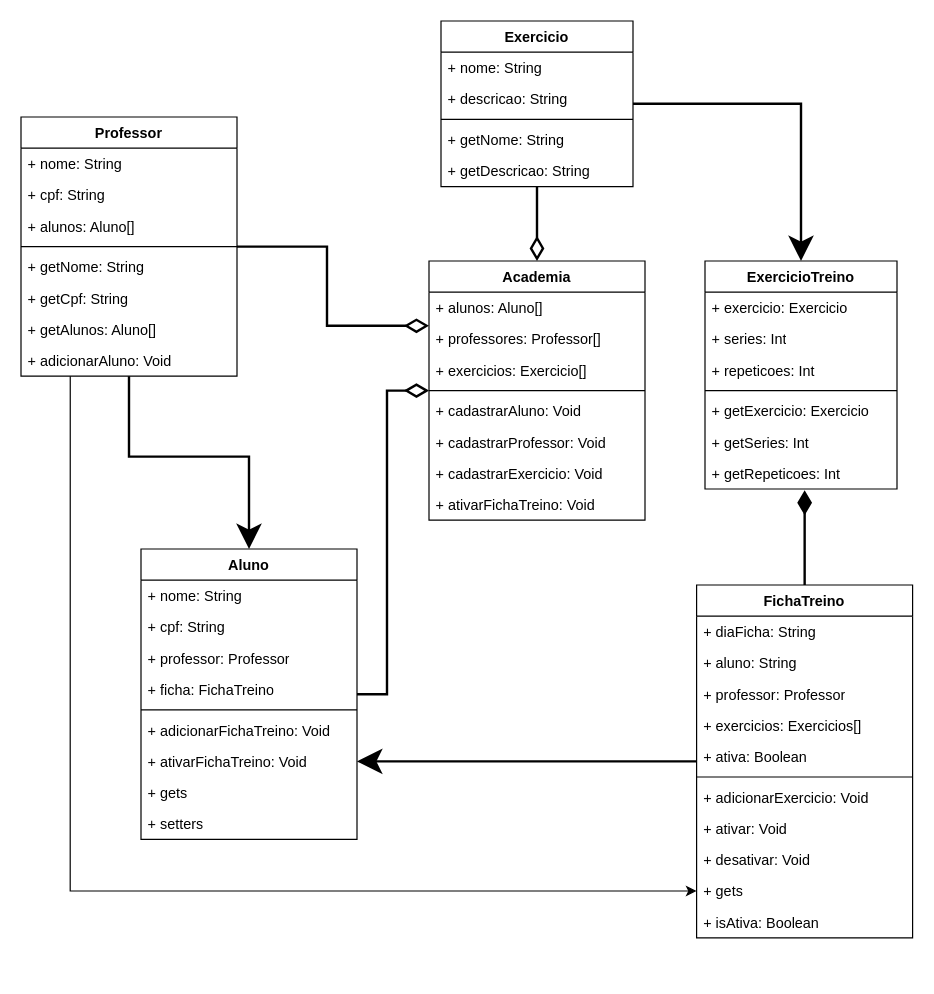
Vitorac13/sistemaAcademia keeps this draw.io diagram as UML_SistemaGestaoAcademia.drawio.xml. Above is the earlier version. Source tidied: cells renumbered, new cells numbered last; positions are measured from the earlier drawing's top-left corner, leaving out a move shared by most shapes. Both pictures are drawn from the tidied source at 120%, with x=0, y=0 at pixel (20, 20).
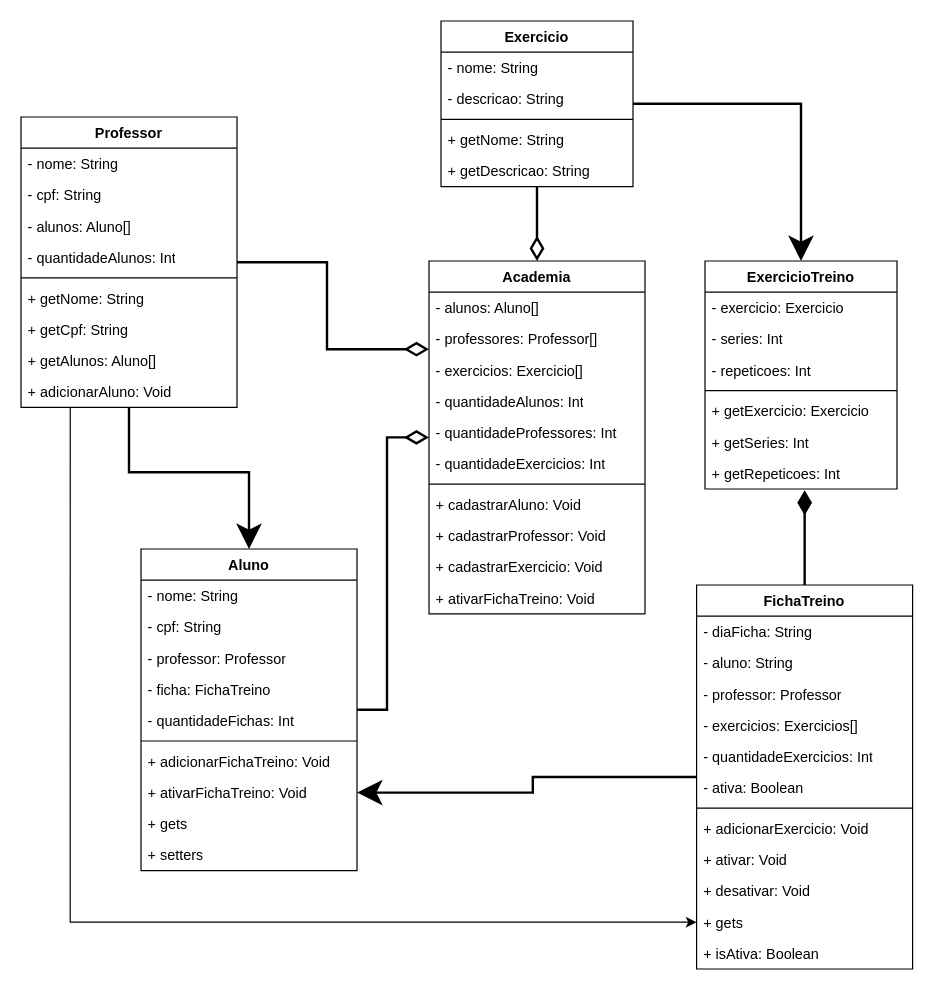
Above is the later version.

Commit message (it also covers changes not shown here):
Diagrama DER Atualizado

The change refers to these unchanged cells:
```xml
<mxCell id="15" value="Exercicio" style="swimlane;fontStyle=1;align=center;verticalAlign=top;horizontal=1;startSize=26;whiteSpace=wrap;html=1;" parent="1" vertex="1">
  <mxGeometry x="350" width="160" height="138" as="geometry" />
</mxCell>
<mxCell id="33" value="ExercicioTreino" style="swimlane;fontStyle=1;align=center;verticalAlign=top;horizontal=1;startSize=26;whiteSpace=wrap;html=1;" parent="1" vertex="1">
  <mxGeometry x="570" y="200" width="160" height="190" as="geometry" />
</mxCell>
```

The edit, as a diff of the source:
```diff
@@
     <mxCell id="3" value="Aluno" style="swimlane;fontStyle=1;align=center;verticalAlign=top;horizontal=1;startSize=26;whiteSpace=wrap;html=1;" parent="1" vertex="1">
-      <mxGeometry x="100" y="440" width="180" height="242" as="geometry" />
+      <mxGeometry x="100" y="440" width="180" height="268" as="geometry" />
     </mxCell>
-    <mxCell id="4" value="+ nome: String" style="text;strokeColor=none;fillColor=none;align=left;verticalAlign=top;spacingLeft=4;spacingRight=4;overflow=hidden;whiteSpace=wrap;html=1;" parent="3" vertex="1">
+    <mxCell id="4" value="- nome: String" style="text;strokeColor=none;fillColor=none;align=left;verticalAlign=top;spacingLeft=4;spacingRight=4;overflow=hidden;whiteSpace=wrap;html=1;" parent="3" vertex="1">
       <mxGeometry y="26" width="180" height="26" as="geometry" />
     </mxCell>
-    <mxCell id="5" value="+ cpf: String" style="text;strokeColor=none;fillColor=none;align=left;verticalAlign=top;spacingLeft=4;spacingRight=4;overflow=hidden;whiteSpace=wrap;html=1;" parent="3" vertex="1">
+    <mxCell id="5" value="- cpf: String" style="text;strokeColor=none;fillColor=none;align=left;verticalAlign=top;spacingLeft=4;spacingRight=4;overflow=hidden;whiteSpace=wrap;html=1;" parent="3" vertex="1">
       <mxGeometry y="52" width="180" height="26" as="geometry" />
     </mxCell>
-    <mxCell id="6" value="+ professor: Professor" style="text;strokeColor=none;fillColor=none;align=left;verticalAlign=top;spacingLeft=4;spacingRight=4;overflow=hidden;whiteSpace=wrap;html=1;" parent="3" vertex="1">
+    <mxCell id="6" value="- professor: Professor" style="text;strokeColor=none;fillColor=none;align=left;verticalAlign=top;spacingLeft=4;spacingRight=4;overflow=hidden;whiteSpace=wrap;html=1;" parent="3" vertex="1">
       <mxGeometry y="78" width="180" height="26" as="geometry" />
     </mxCell>
-    <mxCell id="7" value="+ ficha: FichaTreino" style="text;strokeColor=none;fillColor=none;align=left;verticalAlign=top;spacingLeft=4;spacingRight=4;overflow=hidden;whiteSpace=wrap;html=1;" parent="3" vertex="1">
+    <mxCell id="7" value="- ficha: FichaTreino" style="text;strokeColor=none;fillColor=none;align=left;verticalAlign=top;spacingLeft=4;spacingRight=4;overflow=hidden;whiteSpace=wrap;html=1;" parent="3" vertex="1">
       <mxGeometry y="104" width="180" height="26" as="geometry" />
     </mxCell>
+    <mxCell id="64" value="- quantidadeFichas: Int" style="text;strokeColor=none;fillColor=none;align=left;verticalAlign=top;spacingLeft=4;spacingRight=4;overflow=hidden;whiteSpace=wrap;html=1;" parent="3" vertex="1">
+      <mxGeometry y="130" width="180" height="26" as="geometry" />
+    </mxCell>
     <mxCell id="8" style="line;strokeWidth=1;fillColor=none;align=left;verticalAlign=middle;spacingTop=-1;spacingLeft=3;spacingRight=3;labelPosition=right;strokeColor=inherit;" parent="3" vertex="1">
-      <mxGeometry y="130" width="180" height="8" as="geometry" />
+      <mxGeometry y="156" width="180" height="8" as="geometry" />
     </mxCell>
     <mxCell id="9" value="+ adicionarFichaTreino: Void" style="text;strokeColor=none;fillColor=none;align=left;verticalAlign=top;spacingLeft=4;spacingRight=4;overflow=hidden;whiteSpace=wrap;html=1;" parent="3" vertex="1">
-      <mxGeometry y="138" width="180" height="26" as="geometry" />
+      <mxGeometry y="164" width="180" height="26" as="geometry" />
     </mxCell>
     <mxCell id="10" value="+ ativarFichaTreino: Void" style="text;strokeColor=none;fillColor=none;align=left;verticalAlign=top;spacingLeft=4;spacingRight=4;overflow=hidden;points=[[0,0.5],[1,0.5]];portConstraint=eastwest;whiteSpace=wrap;html=1;" parent="3" vertex="1">
-      <mxGeometry y="164" width="180" height="26" as="geometry" />
+      <mxGeometry y="190" width="180" height="26" as="geometry" />
     </mxCell>
     <mxCell id="11" value="+ gets" style="text;strokeColor=none;fillColor=none;align=left;verticalAlign=top;spacingLeft=4;spacingRight=4;overflow=hidden;whiteSpace=wrap;html=1;" parent="3" vertex="1">
-      <mxGeometry y="190" width="180" height="26" as="geometry" />
+      <mxGeometry y="216" width="180" height="26" as="geometry" />
     </mxCell>
     <mxCell id="12" value="+ setters" style="text;strokeColor=none;fillColor=none;align=left;verticalAlign=top;spacingLeft=4;spacingRight=4;overflow=hidden;whiteSpace=wrap;html=1;" parent="3" vertex="1">
-      <mxGeometry y="216" width="180" height="26" as="geometry" />
+      <mxGeometry y="242" width="180" height="26" as="geometry" />
     </mxCell>
@@
-    <mxCell id="16" value="+ nome: String" style="text;strokeColor=none;fillColor=none;align=left;verticalAlign=top;spacingLeft=4;spacingRight=4;overflow=hidden;whiteSpace=wrap;html=1;" parent="15" vertex="1">
+    <mxCell id="16" value="- nome: String" style="text;strokeColor=none;fillColor=none;align=left;verticalAlign=top;spacingLeft=4;spacingRight=4;overflow=hidden;whiteSpace=wrap;html=1;" parent="15" vertex="1">
       <mxGeometry y="26" width="160" height="26" as="geometry" />
     </mxCell>
-    <mxCell id="17" value="+ descricao: String" style="text;strokeColor=none;fillColor=none;align=left;verticalAlign=top;spacingLeft=4;spacingRight=4;overflow=hidden;whiteSpace=wrap;html=1;" parent="15" vertex="1">
+    <mxCell id="17" value="- descricao: String" style="text;strokeColor=none;fillColor=none;align=left;verticalAlign=top;spacingLeft=4;spacingRight=4;overflow=hidden;whiteSpace=wrap;html=1;" parent="15" vertex="1">
       <mxGeometry y="52" width="160" height="26" as="geometry" />
     </mxCell>
@@
     <mxCell id="24" value="Professor" style="swimlane;fontStyle=1;align=center;verticalAlign=top;horizontal=1;startSize=26;whiteSpace=wrap;html=1;" parent="1" vertex="1">
-      <mxGeometry y="80" width="180" height="216" as="geometry" />
+      <mxGeometry y="80" width="180" height="242" as="geometry" />
     </mxCell>
-    <mxCell id="25" value="+ nome: String" style="text;strokeColor=none;fillColor=none;align=left;verticalAlign=top;spacingLeft=4;spacingRight=4;overflow=hidden;whiteSpace=wrap;html=1;" parent="24" vertex="1">
+    <mxCell id="25" value="- nome: String" style="text;strokeColor=none;fillColor=none;align=left;verticalAlign=top;spacingLeft=4;spacingRight=4;overflow=hidden;whiteSpace=wrap;html=1;" parent="24" vertex="1">
       <mxGeometry y="26" width="180" height="26" as="geometry" />
     </mxCell>
-    <mxCell id="26" value="+ cpf: String" style="text;strokeColor=none;fillColor=none;align=left;verticalAlign=top;spacingLeft=4;spacingRight=4;overflow=hidden;whiteSpace=wrap;html=1;" parent="24" vertex="1">
+    <mxCell id="26" value="- cpf: String" style="text;strokeColor=none;fillColor=none;align=left;verticalAlign=top;spacingLeft=4;spacingRight=4;overflow=hidden;whiteSpace=wrap;html=1;" parent="24" vertex="1">
       <mxGeometry y="52" width="180" height="26" as="geometry" />
     </mxCell>
-    <mxCell id="27" value="+ alunos: Aluno[]" style="text;strokeColor=none;fillColor=none;align=left;verticalAlign=top;spacingLeft=4;spacingRight=4;overflow=hidden;whiteSpace=wrap;html=1;" parent="24" vertex="1">
+    <mxCell id="27" value="- alunos: Aluno[]" style="text;strokeColor=none;fillColor=none;align=left;verticalAlign=top;spacingLeft=4;spacingRight=4;overflow=hidden;whiteSpace=wrap;html=1;" parent="24" vertex="1">
       <mxGeometry y="78" width="180" height="26" as="geometry" />
     </mxCell>
+    <mxCell id="65" value="- quantidadeAlunos: Int" style="text;strokeColor=none;fillColor=none;align=left;verticalAlign=top;spacingLeft=4;spacingRight=4;overflow=hidden;whiteSpace=wrap;html=1;" parent="24" vertex="1">
+      <mxGeometry y="104" width="180" height="26" as="geometry" />
+    </mxCell>
     <mxCell id="28" style="line;strokeWidth=1;fillColor=none;align=left;verticalAlign=middle;spacingTop=-1;spacingLeft=3;spacingRight=3;labelPosition=right;strokeColor=inherit;" parent="24" vertex="1">
-      <mxGeometry y="104" width="180" height="8" as="geometry" />
+      <mxGeometry y="130" width="180" height="8" as="geometry" />
     </mxCell>
     <mxCell id="29" value="+ getNome: String" style="text;strokeColor=none;fillColor=none;align=left;verticalAlign=top;spacingLeft=4;spacingRight=4;overflow=hidden;whiteSpace=wrap;html=1;" parent="24" vertex="1">
-      <mxGeometry y="112" width="180" height="26" as="geometry" />
+      <mxGeometry y="138" width="180" height="26" as="geometry" />
     </mxCell>
     <mxCell id="30" value="+ getCpf: String" style="text;strokeColor=none;fillColor=none;align=left;verticalAlign=top;spacingLeft=4;spacingRight=4;overflow=hidden;whiteSpace=wrap;html=1;" parent="24" vertex="1">
-      <mxGeometry y="138" width="180" height="26" as="geometry" />
+      <mxGeometry y="164" width="180" height="26" as="geometry" />
     </mxCell>
     <mxCell id="31" value="+ getAlunos: Aluno[]" style="text;strokeColor=none;fillColor=none;align=left;verticalAlign=top;spacingLeft=4;spacingRight=4;overflow=hidden;whiteSpace=wrap;html=1;" parent="24" vertex="1">
-      <mxGeometry y="164" width="180" height="26" as="geometry" />
+      <mxGeometry y="190" width="180" height="26" as="geometry" />
     </mxCell>
     <mxCell id="32" value="+ adicionarAluno: Void" style="text;strokeColor=none;fillColor=none;align=left;verticalAlign=top;spacingLeft=4;spacingRight=4;overflow=hidden;points=[[0,0.5],[1,0.5]];portConstraint=eastwest;whiteSpace=wrap;html=1;" parent="24" vertex="1">
-      <mxGeometry y="190" width="180" height="26" as="geometry" />
+      <mxGeometry y="216" width="180" height="26" as="geometry" />
     </mxCell>
@@
-    <mxCell id="34" value="+ exercicio: Exercicio" style="text;strokeColor=none;fillColor=none;align=left;verticalAlign=top;spacingLeft=4;spacingRight=4;overflow=hidden;whiteSpace=wrap;html=1;" parent="33" vertex="1">
+    <mxCell id="34" value="- exercicio: Exercicio" style="text;strokeColor=none;fillColor=none;align=left;verticalAlign=top;spacingLeft=4;spacingRight=4;overflow=hidden;whiteSpace=wrap;html=1;" parent="33" vertex="1">
       <mxGeometry y="26" width="160" height="26" as="geometry" />
     </mxCell>
-    <mxCell id="35" value="+ series: Int" style="text;strokeColor=none;fillColor=none;align=left;verticalAlign=top;spacingLeft=4;spacingRight=4;overflow=hidden;whiteSpace=wrap;html=1;" parent="33" vertex="1">
+    <mxCell id="35" value="- series: Int" style="text;strokeColor=none;fillColor=none;align=left;verticalAlign=top;spacingLeft=4;spacingRight=4;overflow=hidden;whiteSpace=wrap;html=1;" parent="33" vertex="1">
       <mxGeometry y="52" width="160" height="26" as="geometry" />
     </mxCell>
-    <mxCell id="36" value="+ repeticoes: Int" style="text;strokeColor=none;fillColor=none;align=left;verticalAlign=top;spacingLeft=4;spacingRight=4;overflow=hidden;whiteSpace=wrap;html=1;" parent="33" vertex="1">
+    <mxCell id="36" value="- repeticoes: Int" style="text;strokeColor=none;fillColor=none;align=left;verticalAlign=top;spacingLeft=4;spacingRight=4;overflow=hidden;whiteSpace=wrap;html=1;" parent="33" vertex="1">
       <mxGeometry y="78" width="160" height="26" as="geometry" />
     </mxCell>
@@
     <mxCell id="41" value="Academia" style="swimlane;fontStyle=1;align=center;verticalAlign=top;horizontal=1;startSize=26;whiteSpace=wrap;html=1;" parent="1" vertex="1">
-      <mxGeometry x="340" y="200" width="180" height="216" as="geometry" />
+      <mxGeometry x="340" y="200" width="180" height="294" as="geometry" />
     </mxCell>
-    <mxCell id="42" value="+ alunos: Aluno[]" style="text;strokeColor=none;fillColor=none;align=left;verticalAlign=top;spacingLeft=4;spacingRight=4;overflow=hidden;whiteSpace=wrap;html=1;" parent="41" vertex="1">
+    <mxCell id="42" value="- alunos: Aluno[]" style="text;strokeColor=none;fillColor=none;align=left;verticalAlign=top;spacingLeft=4;spacingRight=4;overflow=hidden;whiteSpace=wrap;html=1;" parent="41" vertex="1">
       <mxGeometry y="26" width="180" height="26" as="geometry" />
     </mxCell>
-    <mxCell id="43" value="+ professores: Professor[]" style="text;strokeColor=none;fillColor=none;align=left;verticalAlign=top;spacingLeft=4;spacingRight=4;overflow=hidden;whiteSpace=wrap;html=1;" parent="41" vertex="1">
+    <mxCell id="43" value="- professores: Professor[]" style="text;strokeColor=none;fillColor=none;align=left;verticalAlign=top;spacingLeft=4;spacingRight=4;overflow=hidden;whiteSpace=wrap;html=1;" parent="41" vertex="1">
       <mxGeometry y="52" width="180" height="26" as="geometry" />
     </mxCell>
-    <mxCell id="44" value="+ exercicios: Exercicio[]" style="text;strokeColor=none;fillColor=none;align=left;verticalAlign=top;spacingLeft=4;spacingRight=4;overflow=hidden;whiteSpace=wrap;html=1;" parent="41" vertex="1">
+    <mxCell id="44" value="- exercicios: Exercicio[]" style="text;strokeColor=none;fillColor=none;align=left;verticalAlign=top;spacingLeft=4;spacingRight=4;overflow=hidden;whiteSpace=wrap;html=1;" parent="41" vertex="1">
       <mxGeometry y="78" width="180" height="26" as="geometry" />
     </mxCell>
+    <mxCell id="66" value="- quantidadeAlunos: Int" style="text;strokeColor=none;fillColor=none;align=left;verticalAlign=top;spacingLeft=4;spacingRight=4;overflow=hidden;whiteSpace=wrap;html=1;" parent="41" vertex="1">
+      <mxGeometry y="104" width="180" height="26" as="geometry" />
+    </mxCell>
+    <mxCell id="67" value="- quantidadeProfessores: Int" style="text;strokeColor=none;fillColor=none;align=left;verticalAlign=top;spacingLeft=4;spacingRight=4;overflow=hidden;whiteSpace=wrap;html=1;" parent="41" vertex="1">
+      <mxGeometry y="130" width="180" height="26" as="geometry" />
+    </mxCell>
+    <mxCell id="68" value="- quantidadeExercicios: Int" style="text;strokeColor=none;fillColor=none;align=left;verticalAlign=top;spacingLeft=4;spacingRight=4;overflow=hidden;whiteSpace=wrap;html=1;" parent="41" vertex="1">
+      <mxGeometry y="156" width="180" height="26" as="geometry" />
+    </mxCell>
     <mxCell id="45" style="line;strokeWidth=1;fillColor=none;align=left;verticalAlign=middle;spacingTop=-1;spacingLeft=3;spacingRight=3;labelPosition=right;strokeColor=inherit;" parent="41" vertex="1">
-      <mxGeometry y="104" width="180" height="8" as="geometry" />
+      <mxGeometry y="182" width="180" height="8" as="geometry" />
     </mxCell>
     <mxCell id="46" value="+ cadastrarAluno: Void" style="text;strokeColor=none;fillColor=none;align=left;verticalAlign=top;spacingLeft=4;spacingRight=4;overflow=hidden;whiteSpace=wrap;html=1;" parent="41" vertex="1">
-      <mxGeometry y="112" width="180" height="26" as="geometry" />
+      <mxGeometry y="190" width="180" height="26" as="geometry" />
     </mxCell>
     <mxCell id="47" value="+ cadastrarProfessor: Void" style="text;strokeColor=none;fillColor=none;align=left;verticalAlign=top;spacingLeft=4;spacingRight=4;overflow=hidden;whiteSpace=wrap;html=1;" parent="41" vertex="1">
-      <mxGeometry y="138" width="180" height="26" as="geometry" />
+      <mxGeometry y="216" width="180" height="26" as="geometry" />
     </mxCell>
     <mxCell id="48" value="+ cadastrarExercicio: Void" style="text;strokeColor=none;fillColor=none;align=left;verticalAlign=top;spacingLeft=4;spacingRight=4;overflow=hidden;whiteSpace=wrap;html=1;" parent="41" vertex="1">
-      <mxGeometry y="164" width="180" height="26" as="geometry" />
+      <mxGeometry y="242" width="180" height="26" as="geometry" />
     </mxCell>
     <mxCell id="49" value="+ ativarFichaTreino: Void" style="text;strokeColor=none;fillColor=none;align=left;verticalAlign=top;spacingLeft=4;spacingRight=4;overflow=hidden;whiteSpace=wrap;html=1;" parent="41" vertex="1">
-      <mxGeometry y="190" width="180" height="26" as="geometry" />
+      <mxGeometry y="268" width="180" height="26" as="geometry" />
     </mxCell>
@@
     <mxCell id="51" value="FichaTreino" style="swimlane;fontStyle=1;align=center;verticalAlign=top;horizontal=1;startSize=26;whiteSpace=wrap;html=1;" parent="1" vertex="1">
-      <mxGeometry x="563" y="470" width="180" height="294" as="geometry" />
+      <mxGeometry x="563" y="470" width="180" height="320" as="geometry" />
     </mxCell>
-    <mxCell id="52" value="+ diaFicha: String" style="text;strokeColor=none;fillColor=none;align=left;verticalAlign=top;spacingLeft=4;spacingRight=4;overflow=hidden;whiteSpace=wrap;html=1;" parent="51" vertex="1">
+    <mxCell id="52" value="- diaFicha: String" style="text;strokeColor=none;fillColor=none;align=left;verticalAlign=top;spacingLeft=4;spacingRight=4;overflow=hidden;whiteSpace=wrap;html=1;" parent="51" vertex="1">
       <mxGeometry y="26" width="180" height="26" as="geometry" />
     </mxCell>
-    <mxCell id="53" value="+ aluno: String" style="text;strokeColor=none;fillColor=none;align=left;verticalAlign=top;spacingLeft=4;spacingRight=4;overflow=hidden;whiteSpace=wrap;html=1;" parent="51" vertex="1">
+    <mxCell id="53" value="- aluno: String" style="text;strokeColor=none;fillColor=none;align=left;verticalAlign=top;spacingLeft=4;spacingRight=4;overflow=hidden;whiteSpace=wrap;html=1;" parent="51" vertex="1">
       <mxGeometry y="52" width="180" height="26" as="geometry" />
     </mxCell>
-    <mxCell id="54" value="+ professor: Professor" style="text;strokeColor=none;fillColor=none;align=left;verticalAlign=top;spacingLeft=4;spacingRight=4;overflow=hidden;whiteSpace=wrap;html=1;" parent="51" vertex="1">
+    <mxCell id="54" value="- professor: Professor" style="text;strokeColor=none;fillColor=none;align=left;verticalAlign=top;spacingLeft=4;spacingRight=4;overflow=hidden;whiteSpace=wrap;html=1;" parent="51" vertex="1">
       <mxGeometry y="78" width="180" height="26" as="geometry" />
     </mxCell>
-    <mxCell id="55" value="+ exercicios: Exercicios[]" style="text;strokeColor=none;fillColor=none;align=left;verticalAlign=top;spacingLeft=4;spacingRight=4;overflow=hidden;whiteSpace=wrap;html=1;" parent="51" vertex="1">
+    <mxCell id="55" value="- exercicios: Exercicios[]" style="text;strokeColor=none;fillColor=none;align=left;verticalAlign=top;spacingLeft=4;spacingRight=4;overflow=hidden;whiteSpace=wrap;html=1;" parent="51" vertex="1">
       <mxGeometry y="104" width="180" height="26" as="geometry" />
     </mxCell>
+    <mxCell id="69" value="- quantidadeExercicios: Int" style="text;strokeColor=none;fillColor=none;align=left;verticalAlign=top;spacingLeft=4;spacingRight=4;overflow=hidden;whiteSpace=wrap;html=1;" parent="51" vertex="1">
+      <mxGeometry y="130" width="180" height="26" as="geometry" />
+    </mxCell>
-    <mxCell id="56" value="+ ativa: Boolean" style="text;strokeColor=none;fillColor=none;align=left;verticalAlign=top;spacingLeft=4;spacingRight=4;overflow=hidden;whiteSpace=wrap;html=1;" parent="51" vertex="1">
-      <mxGeometry y="130" width="180" height="26" as="geometry" />
+    <mxCell id="56" value="- ativa: Boolean" style="text;strokeColor=none;fillColor=none;align=left;verticalAlign=top;spacingLeft=4;spacingRight=4;overflow=hidden;whiteSpace=wrap;html=1;" parent="51" vertex="1">
+      <mxGeometry y="156" width="180" height="26" as="geometry" />
     </mxCell>
     <mxCell id="57" style="line;strokeWidth=1;fillColor=none;align=left;verticalAlign=middle;spacingTop=-1;spacingLeft=3;spacingRight=3;labelPosition=right;strokeColor=inherit;" parent="51" vertex="1">
-      <mxGeometry y="156" width="180" height="8" as="geometry" />
+      <mxGeometry y="182" width="180" height="8" as="geometry" />
     </mxCell>
     <mxCell id="58" value="+ adicionarExercicio: Void" style="text;strokeColor=none;fillColor=none;align=left;verticalAlign=top;spacingLeft=4;spacingRight=4;overflow=hidden;whiteSpace=wrap;html=1;" parent="51" vertex="1">
-      <mxGeometry y="164" width="180" height="26" as="geometry" />
+      <mxGeometry y="190" width="180" height="26" as="geometry" />
     </mxCell>
     <mxCell id="59" value="+ ativar: Void" style="text;strokeColor=none;fillColor=none;align=left;verticalAlign=top;spacingLeft=4;spacingRight=4;overflow=hidden;whiteSpace=wrap;html=1;" parent="51" vertex="1">
-      <mxGeometry y="190" width="180" height="26" as="geometry" />
+      <mxGeometry y="216" width="180" height="26" as="geometry" />
     </mxCell>
     <mxCell id="60" value="+ desativar: Void" style="text;strokeColor=none;fillColor=none;align=left;verticalAlign=top;spacingLeft=4;spacingRight=4;overflow=hidden;whiteSpace=wrap;html=1;" parent="51" vertex="1">
-      <mxGeometry y="216" width="180" height="26" as="geometry" />
+      <mxGeometry y="242" width="180" height="26" as="geometry" />
     </mxCell>
     <mxCell id="61" value="+ gets" style="text;strokeColor=none;fillColor=none;align=left;verticalAlign=top;spacingLeft=4;spacingRight=4;overflow=hidden;points=[[0,0.5],[1,0.5]];portConstraint=eastwest;whiteSpace=wrap;html=1;" parent="51" vertex="1">
-      <mxGeometry y="242" width="180" height="26" as="geometry" />
+      <mxGeometry y="268" width="180" height="26" as="geometry" />
     </mxCell>
     <mxCell id="62" value="+ isAtiva: Boolean" style="text;strokeColor=none;fillColor=none;align=left;verticalAlign=top;spacingLeft=4;spacingRight=4;overflow=hidden;whiteSpace=wrap;html=1;" parent="51" vertex="1">
-      <mxGeometry y="268" width="180" height="26" as="geometry" />
+      <mxGeometry y="294" width="180" height="26" as="geometry" />
     </mxCell>
```
